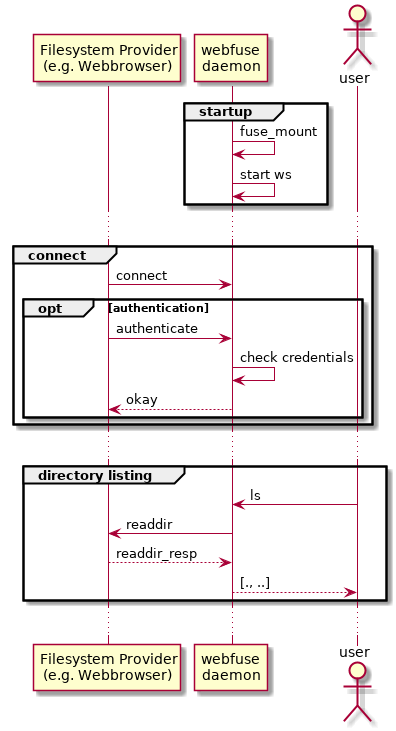
Before: doc/concept.png, a diagram exported from PlantUML (falk-werner/webfuse).
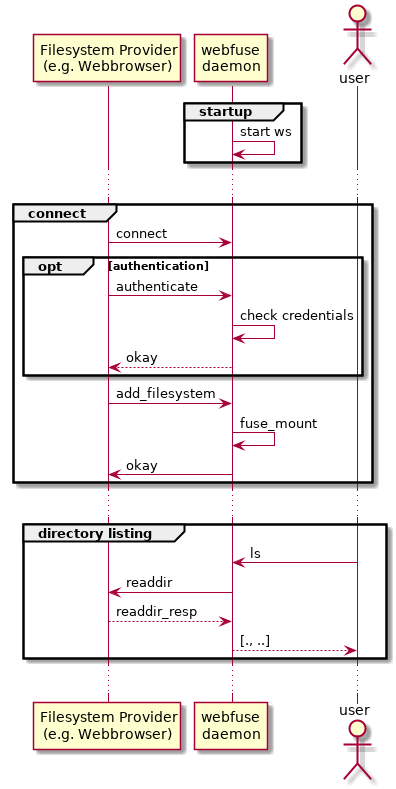
After the change.

What changed in the source:
```diff
@@ -4,7 +4,6 @@
 actor "user" as user
 
 group startup
-daemon -> daemon : fuse_mount
 daemon -> daemon : start ws
 end
 ...
@@ -16,8 +15,14 @@
     daemon -> daemon: check credentials
     daemon --> provider: okay
     end
+
+    provider -> daemon: add_filesystem
+    daemon -> daemon : fuse_mount
+    daemon -> provider: okay
+
 end
 ...
+
 
 group directory listing
 user     -> daemon : ls
```
